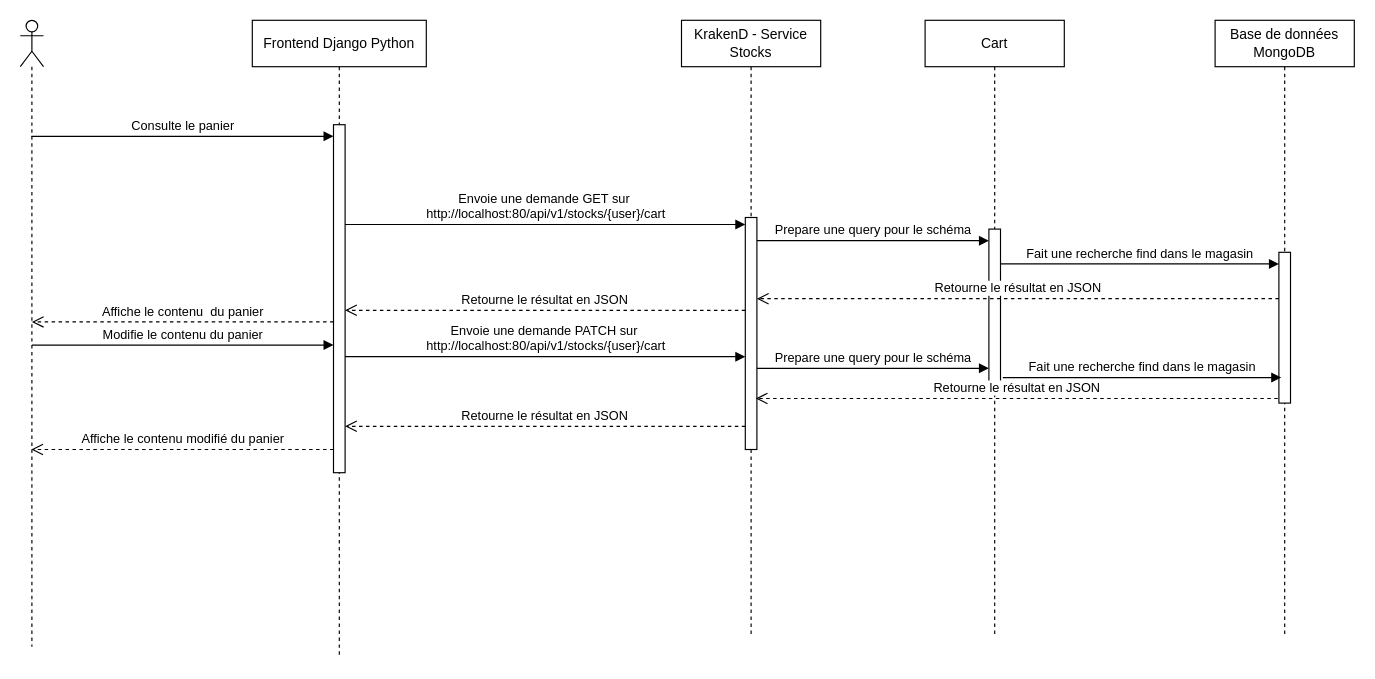
The draw.io diagram docs/UML/Vues_de_processus/diag_voir_gerer_panier.drawio in PraMaks/LOG430_Labo_0, before the edit. Source tidied: cells renumbered, new cells numbered last; positions are measured from the earlier drawing's top-left corner, leaving out a move shared by most shapes. Both pictures are drawn from the tidied source at 116%, with x=0, y=0 at pixel (20, 20).
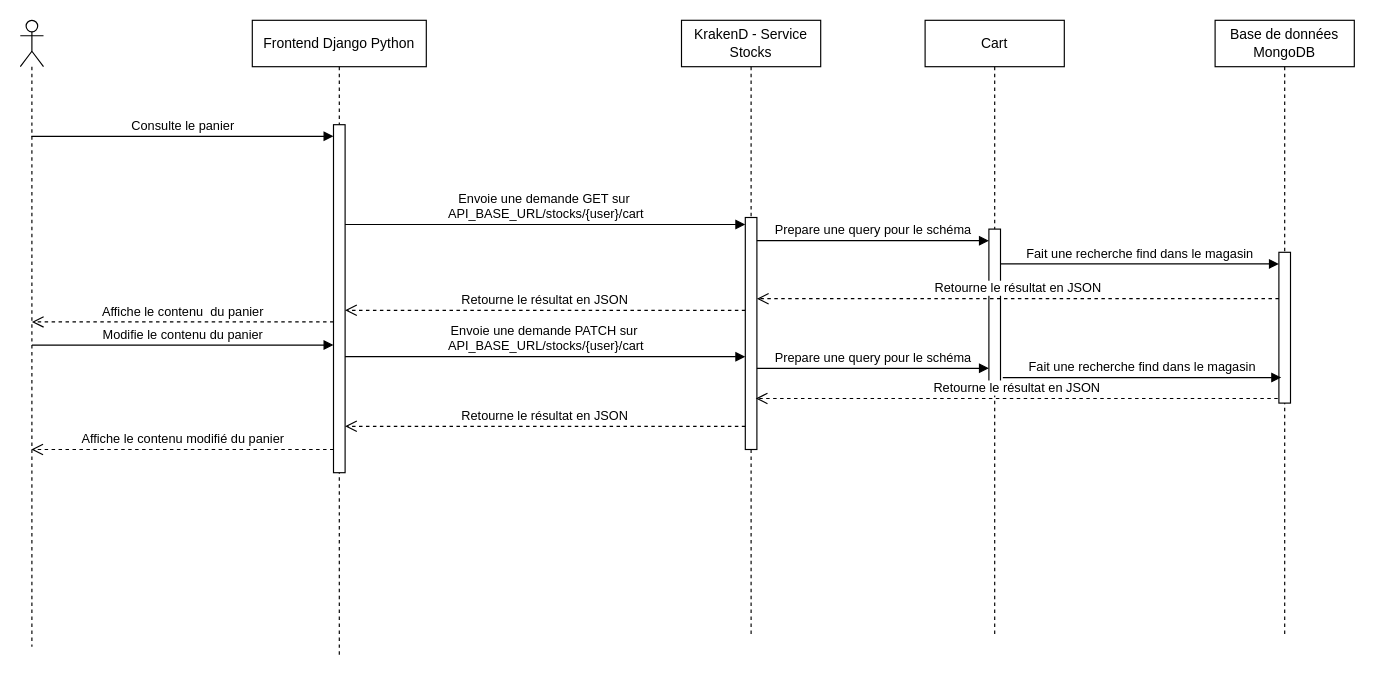
After the change.

Unchanged cells that the change refers to:
```xml
<mxCell id="3" style="html=1;points=[];perimeter=orthogonalPerimeter;outlineConnect=0;targetShapes=umlLifeline;portConstraint=eastwest;newEdgeStyle={&quot;edgeStyle&quot;:&quot;elbowEdgeStyle&quot;,&quot;elbow&quot;:&quot;vertical&quot;,&quot;curved&quot;:0,&quot;rounded&quot;:0};" parent="2" vertex="1">
  <mxGeometry x="70" y="90" width="10" height="300" as="geometry" />
</mxCell>
```

Change to the diagram source:
```diff
@@
-    <mxCell id="12" value="Envoie une demande GET sur&amp;nbsp;&lt;div&gt;http://localhost:80/api/v1/stocks/{user}/cart&lt;/div&gt;" style="html=1;verticalAlign=bottom;endArrow=block;edgeStyle=elbowEdgeStyle;elbow=vertical;curved=0;rounded=0;" parent="1" edge="1" source="3">
+    <mxCell id="12" value="Envoie une demande GET sur&amp;nbsp;&lt;div&gt;API_BASE_URL/stocks/{user}/cart&lt;/div&gt;" style="html=1;verticalAlign=bottom;endArrow=block;edgeStyle=elbowEdgeStyle;elbow=vertical;curved=0;rounded=0;" parent="1" edge="1" source="3">
       <mxGeometry relative="1" as="geometry">
         <mxPoint x="625" y="176" as="targetPoint" />
         <Array as="points">
           <mxPoint x="385.5" y="176" />
         </Array>
       </mxGeometry>
     </mxCell>
@@
-    <mxCell id="17" value="Envoie une demande PATCH sur&amp;nbsp;&lt;div&gt;http://localhost:80/api/v1/stocks/{user}/cart&lt;/div&gt;" style="html=1;verticalAlign=bottom;endArrow=block;edgeStyle=elbowEdgeStyle;elbow=vertical;curved=0;rounded=0;" parent="1" edge="1">
+    <mxCell id="17" value="Envoie une demande PATCH sur&amp;nbsp;&lt;div&gt;API_BASE_URL/stocks/{user}/cart&lt;/div&gt;" style="html=1;verticalAlign=bottom;endArrow=block;edgeStyle=elbowEdgeStyle;elbow=vertical;curved=0;rounded=0;" parent="1" edge="1">
       <mxGeometry relative="1" as="geometry">
         <mxPoint x="280" y="290" as="sourcePoint" />
         <mxPoint x="625" y="290" as="targetPoint" />
         <Array as="points">
           <mxPoint x="385.5" y="290" />
         </Array>
       </mxGeometry>
     </mxCell>
```
